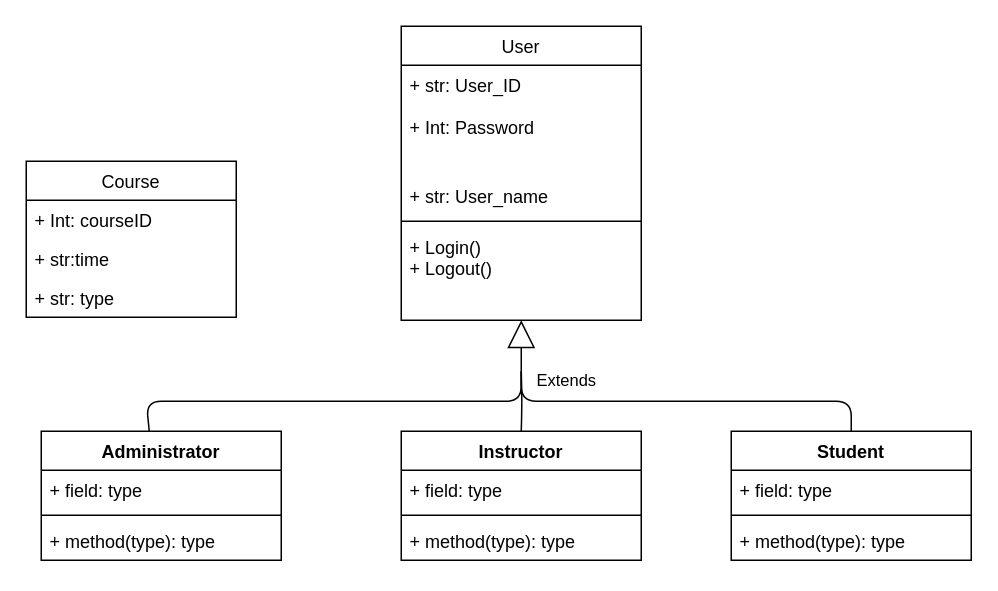
Earlier version of the draw.io diagram SEG2105_Project.drawio (Ze-48346/SEG2105_Project_Work). Source tidied: cells renumbered, new cells numbered last; positions are measured from the earlier drawing's top-left corner, leaving out a move shared by most shapes. Both pictures are drawn from the tidied source at 150%, with x=0, y=0 at pixel (26, 26).
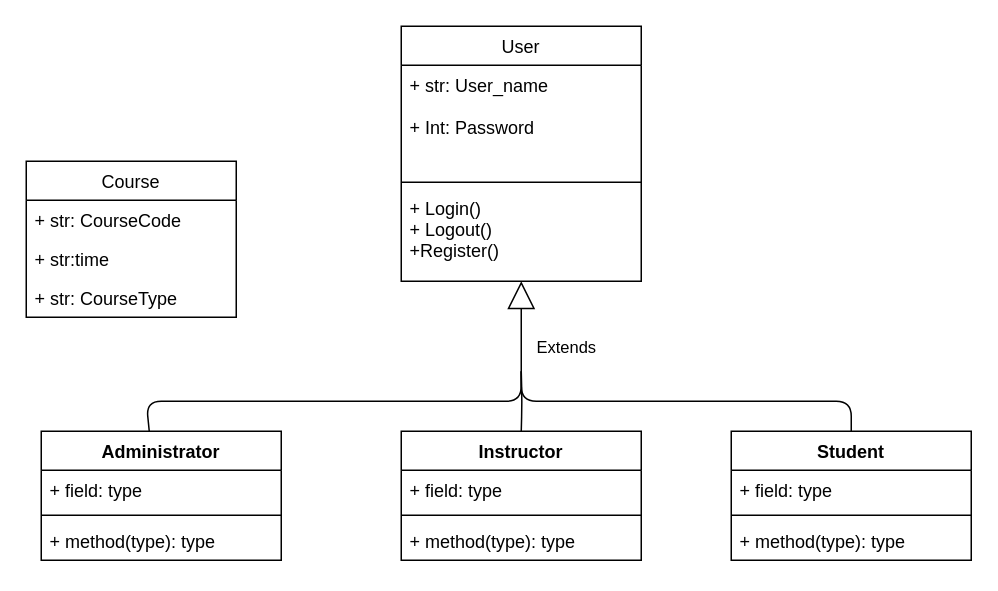
The same page after the edit.

Unchanged cells that the change refers to:
```xml
<mxCell id="22" value="Course" style="swimlane;fontStyle=0;horizontal=1;startSize=26;fillColor=none;" parent="1" vertex="1">
  <mxGeometry y="90" width="140" height="104" as="geometry" />
</mxCell>
```

What changed in the source:
```diff
@@
     <mxCell id="2" value="User" style="swimlane;fontStyle=0;align=center;verticalAlign=top;horizontal=1;startSize=26;" parent="1" vertex="1">
-      <mxGeometry x="250" width="160" height="196" as="geometry" />
+      <mxGeometry x="250" width="160" height="170" as="geometry" />
     </mxCell>
-    <mxCell id="3" value="+ str: User_ID&#10;&#10;+ Int: Password" style="text;strokeColor=none;fillColor=none;align=left;verticalAlign=top;spacingLeft=4;spacingRight=4;overflow=hidden;" parent="2" vertex="1">
+    <mxCell id="3" value="+ str: User_name&#10;&#10;+ Int: Password" style="text;strokeColor=none;fillColor=none;align=left;verticalAlign=top;spacingLeft=4;spacingRight=4;overflow=hidden;" parent="2" vertex="1">
       <mxGeometry y="26" width="160" height="74" as="geometry" />
     </mxCell>
-    <mxCell id="4" value="+ str: User_name" style="text;strokeColor=none;fillColor=none;align=left;verticalAlign=top;spacingLeft=4;spacingRight=4;overflow=hidden;" parent="2" vertex="1">
-      <mxGeometry y="100" width="160" height="26" as="geometry" />
-    </mxCell>
     <mxCell id="5" style="line;strokeWidth=1;fillColor=none;align=left;verticalAlign=middle;spacingTop=-1;spacingLeft=3;spacingRight=3;labelPosition=right;" parent="2" vertex="1">
-      <mxGeometry y="126" width="160" height="8" as="geometry" />
+      <mxGeometry y="100" width="160" height="8" as="geometry" />
     </mxCell>
-    <mxCell id="6" value="+ Login()&#10;+ Logout()&#10;&#10;" style="text;strokeColor=none;fillColor=none;align=left;verticalAlign=top;spacingLeft=4;spacingRight=4;overflow=hidden;" parent="2" vertex="1">
-      <mxGeometry y="134" width="160" height="62" as="geometry" />
+    <mxCell id="6" value="+ Login()&#10;+ Logout()&#10;+Register()&#10;" style="text;strokeColor=none;fillColor=none;align=left;verticalAlign=top;spacingLeft=4;spacingRight=4;overflow=hidden;" parent="2" vertex="1">
+      <mxGeometry y="108" width="160" height="62" as="geometry" />
     </mxCell>
@@
-    <mxCell id="23" value="+ Int: courseID" style="text;strokeColor=none;fillColor=none;align=left;verticalAlign=top;spacingLeft=4;spacingRight=4;overflow=hidden;" parent="22" vertex="1">
+    <mxCell id="23" value="+ str: CourseCode" style="text;strokeColor=none;fillColor=none;align=left;verticalAlign=top;spacingLeft=4;spacingRight=4;overflow=hidden;" parent="22" vertex="1">
       <mxGeometry y="26" width="140" height="26" as="geometry" />
     </mxCell>
@@
-    <mxCell id="25" value="+ str: type" style="text;strokeColor=none;fillColor=none;align=left;verticalAlign=top;spacingLeft=4;spacingRight=4;overflow=hidden;" parent="22" vertex="1">
+    <mxCell id="25" value="+ str: CourseType" style="text;strokeColor=none;fillColor=none;align=left;verticalAlign=top;spacingLeft=4;spacingRight=4;overflow=hidden;" parent="22" vertex="1">
       <mxGeometry y="78" width="140" height="26" as="geometry" />
     </mxCell>
```
